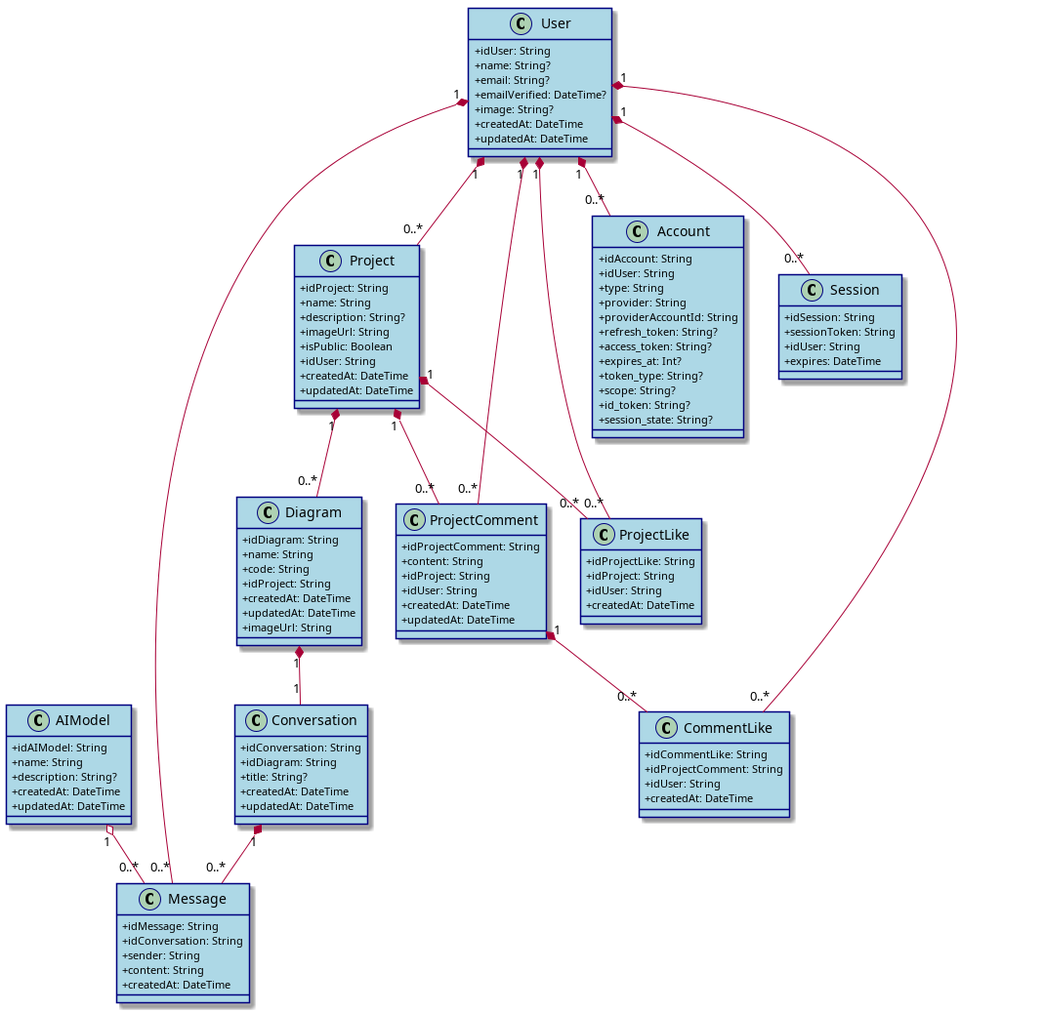
Earlier version of the PlantUML export conception/SprintI/global_class_diagram.png (souhaib-askri/report_pfe). Its source is kept beside it as conception/SprintI/global_class_diagram.puml. Its diagram source:
```plantuml
@startuml

skinparam classAttributeIconSize 0
skinparam classBackgroundColor LightBlue
skinparam classBorderColor Navy
skinparam classFontColor Black
skinparam classFontSize 14



class AIModel {
  + idAIModel: String
  + name: String
  + description: String?
  + createdAt: DateTime
  + updatedAt: DateTime
}

class Conversation {
  + idConversation: String
  + idDiagram: String
  + title: String?
  + createdAt: DateTime
  + updatedAt: DateTime
}

class Message {
  + idMessage: String
  + idConversation: String
  + sender: String
  + content: String
  + createdAt: DateTime
}

class Account {
  + idAccount: String
  + idUser: String
  + type: String
  + provider: String
  + providerAccountId: String
  + refresh_token: String?
  + access_token: String?
  + expires_at: Int?
  + token_type: String?
  + scope: String?
  + id_token: String?
  + session_state: String?
}

class Session {
  + idSession: String
  + sessionToken: String
  + idUser: String
  + expires: DateTime
}

class User {
  + idUser: String
  + name: String?
  + email: String?
  + emailVerified: DateTime?
  + image: String?
  + createdAt: DateTime
  + updatedAt: DateTime
}

class Project {
  + idProject: String
  + name: String
  + description: String?
  + imageUrl: String
  + isPublic: Boolean
  + idUser: String
  + createdAt: DateTime
  + updatedAt: DateTime
}

class Diagram {
  + idDiagram: String
  + name: String
  + code: String
  + idProject: String
  + createdAt: DateTime
  + updatedAt: DateTime
  + imageUrl: String
}

class ProjectComment {
  + idProjectComment: String
  + content: String
  + idProject: String
  + idUser: String
  + createdAt: DateTime
  + updatedAt: DateTime
}

class ProjectLike {
  + idProjectLike: String
  + idProject: String
  + idUser: String
  + createdAt: DateTime
}

class CommentLike {
  + idCommentLike: String
  + idProjectComment: String
  + idUser: String
  + createdAt: DateTime
}


User "1" *-- "0..*" Account
User "1" *-- "0..*" Session
User "1" *-- "0..*" Message
User "1" *-- "0..*" Project
User "1" *-- "0..*" ProjectComment
User "1" *-- "0..*" ProjectLike
User "1" *-- "0..*" CommentLike
ProjectComment "1" *-- "0..*" CommentLike

AIModel "1" o-- "0..*" Message
Conversation "1" *-- "0..*" Message
Project "1" *-- "0..*" Diagram
Project "1" *-- "0..*" ProjectComment
Project "1" *-- "0..*" ProjectLike
Diagram "1" *-- "1" Conversation

@enduml
```
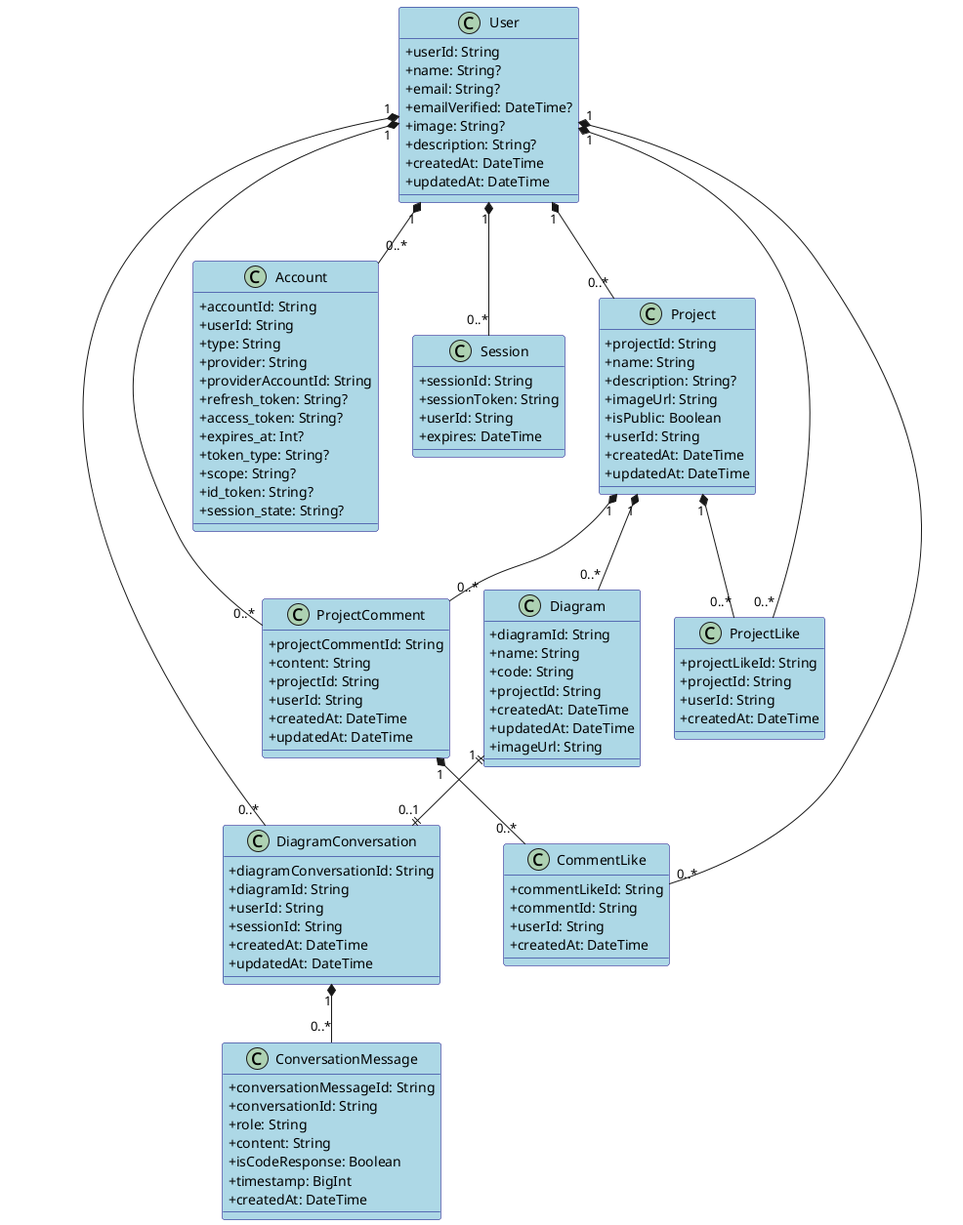
After the commit.

Diff of the diagram source:
```diff
@@ -1,128 +1,122 @@
 @startuml
-
 skinparam classAttributeIconSize 0
 skinparam classBackgroundColor LightBlue
 skinparam classBorderColor Navy
 skinparam classFontColor Black
 skinparam classFontSize 14
 
-
-
-class AIModel {
-  + idAIModel: String
-  + name: String
-  + description: String?
-  + createdAt: DateTime
-  + updatedAt: DateTime
+class DiagramConversation {
++ diagramConversationId: String
++ diagramId: String
++ userId: String
++ sessionId: String
++ createdAt: DateTime
++ updatedAt: DateTime
 }
 
-class Conversation {
-  + idConversation: String
-  + idDiagram: String
-  + title: String?
-  + createdAt: DateTime
-  + updatedAt: DateTime
-}
-
-class Message {
-  + idMessage: String
-  + idConversation: String
-  + sender: String
-  + content: String
-  + createdAt: DateTime
+class ConversationMessage {
++ conversationMessageId: String
++ conversationId: String
++ role: String
++ content: String
++ isCodeResponse: Boolean
++ timestamp: BigInt
++ createdAt: DateTime
 }
 
 class Account {
-  + idAccount: String
-  + idUser: String
-  + type: String
-  + provider: String
-  + providerAccountId: String
-  + refresh_token: String?
-  + access_token: String?
-  + expires_at: Int?
-  + token_type: String?
-  + scope: String?
-  + id_token: String?
-  + session_state: String?
++ accountId: String
++ userId: String
++ type: String
++ provider: String
++ providerAccountId: String
++ refresh_token: String?
++ access_token: String?
++ expires_at: Int?
++ token_type: String?
++ scope: String?
++ id_token: String?
++ session_state: String?
 }
 
 class Session {
-  + idSession: String
-  + sessionToken: String
-  + idUser: String
-  + expires: DateTime
++ sessionId: String
++ sessionToken: String
++ userId: String
++ expires: DateTime
 }
 
 class User {
-  + idUser: String
-  + name: String?
-  + email: String?
-  + emailVerified: DateTime?
-  + image: String?
-  + createdAt: DateTime
-  + updatedAt: DateTime
++ userId: String
++ name: String?
++ email: String?
++ emailVerified: DateTime?
++ image: String?
++ description: String?
++ createdAt: DateTime
++ updatedAt: DateTime
 }
 
 class Project {
-  + idProject: String
-  + name: String
-  + description: String?
-  + imageUrl: String
-  + isPublic: Boolean
-  + idUser: String
-  + createdAt: DateTime
-  + updatedAt: DateTime
++ projectId: String
++ name: String
++ description: String?
++ imageUrl: String
++ isPublic: Boolean
++ userId: String
++ createdAt: DateTime
++ updatedAt: DateTime
 }
 
 class Diagram {
-  + idDiagram: String
-  + name: String
-  + code: String
-  + idProject: String
-  + createdAt: DateTime
-  + updatedAt: DateTime
-  + imageUrl: String
++ diagramId: String
++ name: String
++ code: String
++ projectId: String
++ createdAt: DateTime
++ updatedAt: DateTime
++ imageUrl: String
 }
 
 class ProjectComment {
-  + idProjectComment: String
-  + content: String
-  + idProject: String
-  + idUser: String
-  + createdAt: DateTime
-  + updatedAt: DateTime
++ projectCommentId: String
++ content: String
++ projectId: String
++ userId: String
++ createdAt: DateTime
++ updatedAt: DateTime
 }
 
 class ProjectLike {
-  + idProjectLike: String
-  + idProject: String
-  + idUser: String
-  + createdAt: DateTime
++ projectLikeId: String
++ projectId: String
++ userId: String
++ createdAt: DateTime
 }
 
 class CommentLike {
-  + idCommentLike: String
-  + idProjectComment: String
-  + idUser: String
-  + createdAt: DateTime
++ commentLikeId: String
++ commentId: String
++ userId: String
++ createdAt: DateTime
 }
-
 
 User "1" *-- "0..*" Account
 User "1" *-- "0..*" Session
-User "1" *-- "0..*" Message
 User "1" *-- "0..*" Project
 User "1" *-- "0..*" ProjectComment
 User "1" *-- "0..*" ProjectLike
 User "1" *-- "0..*" CommentLike
-ProjectComment "1" *-- "0..*" CommentLike
+User "1" *-- "0..*" DiagramConversation
 
-AIModel "1" o-- "0..*" Message
-Conversation "1" *-- "0..*" Message
 Project "1" *-- "0..*" Diagram
 Project "1" *-- "0..*" ProjectComment
 Project "1" *-- "0..*" ProjectLike
-Diagram "1" *-- "1" Conversation
+
+Diagram "1" ||--|| "0..1" DiagramConversation
+
+DiagramConversation "1" *-- "0..*" ConversationMessage
+
+ProjectComment "1" *-- "0..*" CommentLike
 
 @enduml
```
